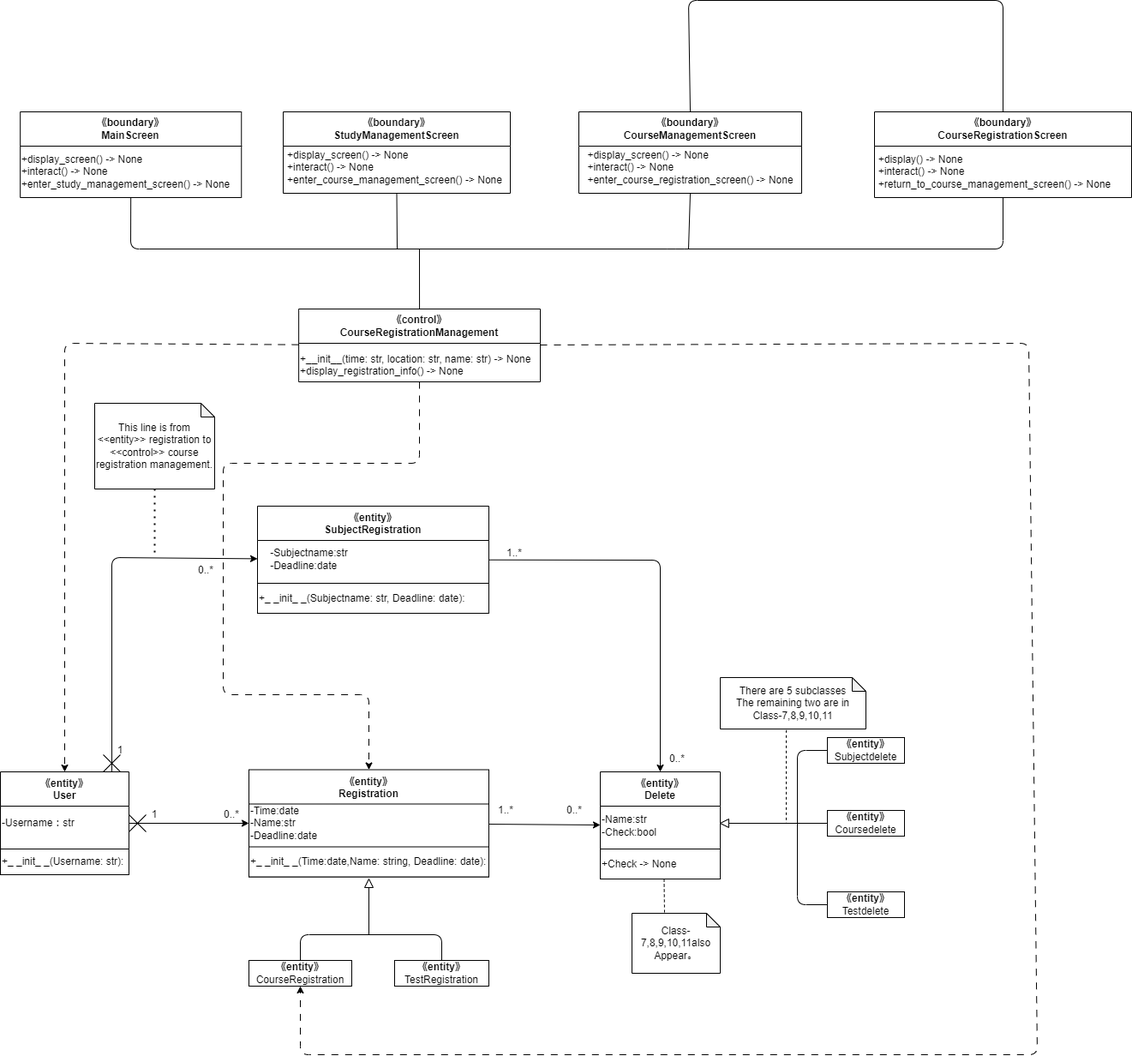
Earlier version of the draw.io export Design/設計Class1.drawio.png (Hu-Hanxu/First-App-Self-Management-). Source tidied: cells renumbered, new cells last; positions are measured from the earlier drawing's top-left corner, leaving out a move shared by most shapes.
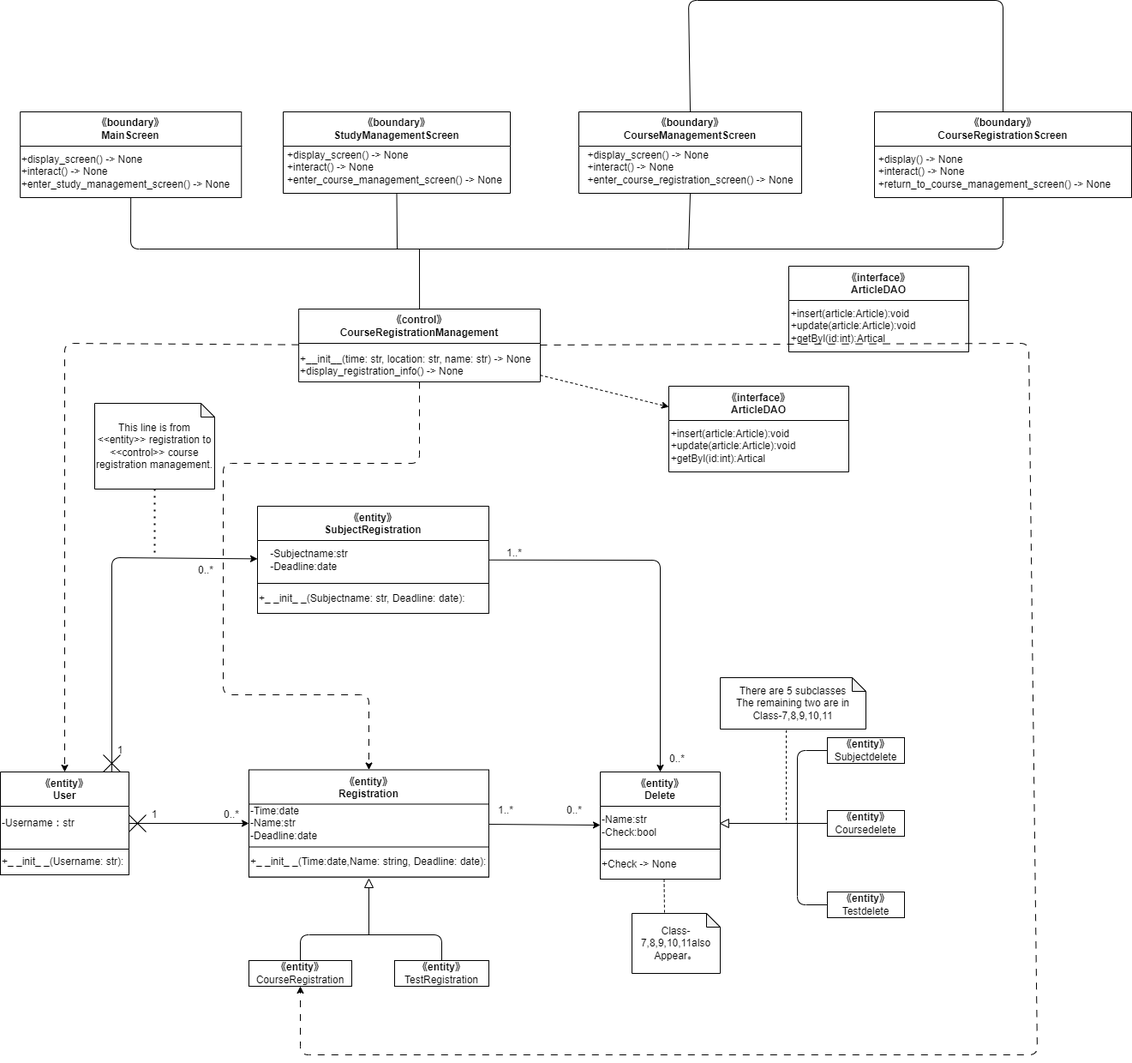
Above is the later version.

What changed in the source:
```diff
@@ -118,6 +118,9 @@
     <mxCell id="34" value="0..*" style="text;html=1;strokeColor=none;fillColor=none;align=center;verticalAlign=middle;whiteSpace=wrap;rounded=0;" parent="1" vertex="1">
       <mxGeometry x="760" y="870" width="60" height="30" as="geometry" />
     </mxCell>
+    <mxCell id="67" style="edgeStyle=none;html=1;dashed=1;" parent="1" edge="1" source="35" target="68">
+      <mxGeometry relative="1" as="geometry" />
+    </mxCell>
     <mxCell id="35" value="&lt;span style=&quot;&quot;&gt;《control》&lt;br&gt;CourseRegistrationManagement&lt;br&gt;&lt;/span&gt;" style="swimlane;whiteSpace=wrap;html=1;startSize=40;" parent="1" vertex="1">
       <mxGeometry x="348.1" y="360" width="281.9" height="85" as="geometry" />
     </mxCell>
@@ -270,5 +273,17 @@
         <mxPoint x="20" as="targetPoint" />
       </mxGeometry>
     </mxCell>
+    <mxCell id="68" value="《interface》&#10;ArticleDAO" style="swimlane;startSize=40;" parent="1" vertex="1">
+      <mxGeometry x="780" y="450" width="210" height="100" as="geometry" />
+    </mxCell>
+    <mxCell id="69" value="&lt;div style=&quot;text-align: left;&quot;&gt;&lt;span style=&quot;background-color: initial;&quot;&gt;+insert(article:Article):void&lt;/span&gt;&lt;/div&gt;&lt;div style=&quot;text-align: left;&quot;&gt;&lt;span style=&quot;background-color: initial;&quot;&gt;+update(article:Article):void&lt;/span&gt;&lt;/div&gt;&lt;div style=&quot;text-align: left;&quot;&gt;&lt;span style=&quot;background-color: initial;&quot;&gt;+getByl(id:int):Artical&lt;/span&gt;&lt;/div&gt;" style="text;html=1;align=center;verticalAlign=middle;strokeColor=none;fillColor=none;" parent="68" vertex="1">
+      <mxGeometry x="-10" y="40" width="170" height="60" as="geometry" />
+    </mxCell>
+    <mxCell id="70" value="《interface》&#10;ArticleDAO" style="swimlane;startSize=40;" parent="1" vertex="1">
+      <mxGeometry x="920" y="310" width="210" height="100" as="geometry" />
+    </mxCell>
+    <mxCell id="71" value="&lt;div style=&quot;text-align: left;&quot;&gt;&lt;span style=&quot;background-color: initial;&quot;&gt;+insert(article:Article):void&lt;/span&gt;&lt;/div&gt;&lt;div style=&quot;text-align: left;&quot;&gt;&lt;span style=&quot;background-color: initial;&quot;&gt;+update(article:Article):void&lt;/span&gt;&lt;/div&gt;&lt;div style=&quot;text-align: left;&quot;&gt;&lt;span style=&quot;background-color: initial;&quot;&gt;+getByl(id:int):Artical&lt;/span&gt;&lt;/div&gt;" style="text;html=1;align=center;verticalAlign=middle;strokeColor=none;fillColor=none;" parent="70" vertex="1">
+      <mxGeometry x="-10" y="40" width="170" height="60" as="geometry" />
+    </mxCell>
   </root>
 </mxGraphModel>
```
